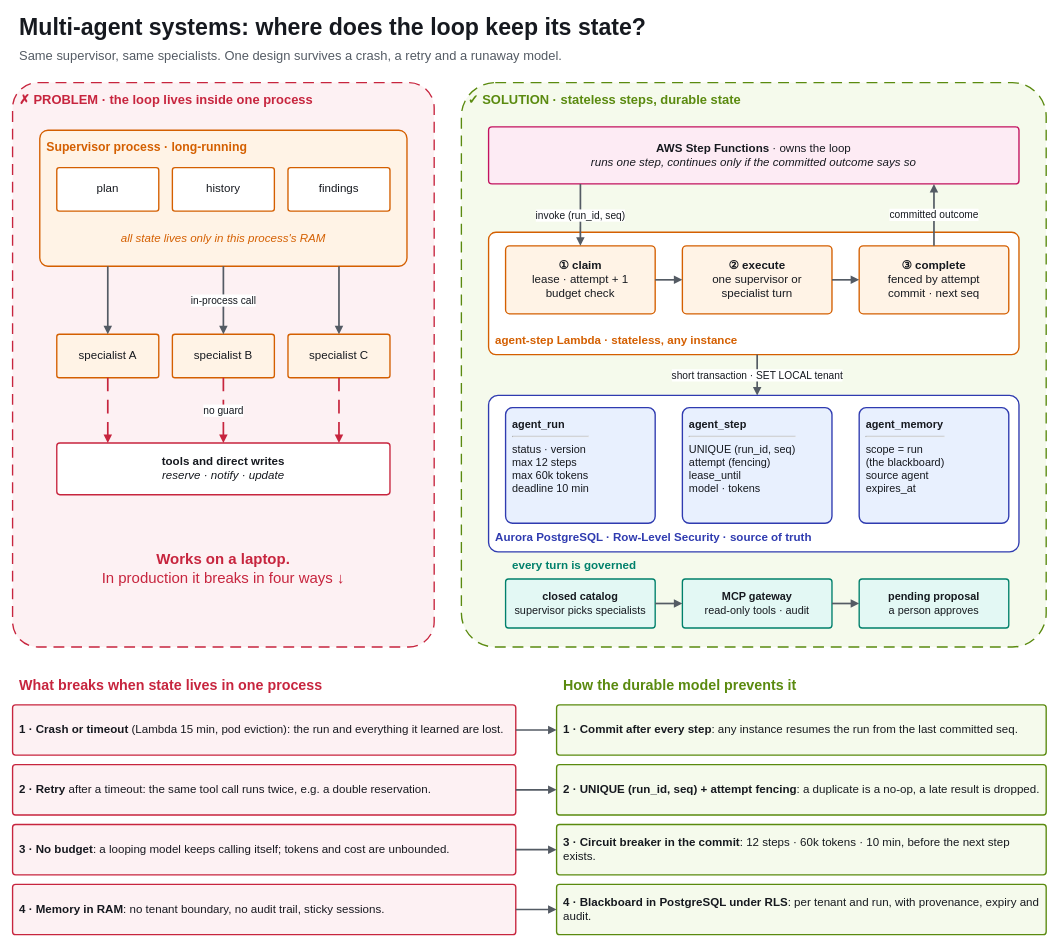
Earlier version of the draw.io diagram docs/diagrams/linkedin-multi-agent-state.drawio (PierfrancescoLijoi/SecondChance). Source tidied: cells renumbered, new cells numbered last; positions are measured from the earlier drawing's top-left corner, leaving out a move shared by most shapes. Both pictures are drawn from the tidied source at 68%, with x=0, y=0 at pixel (12, 12).
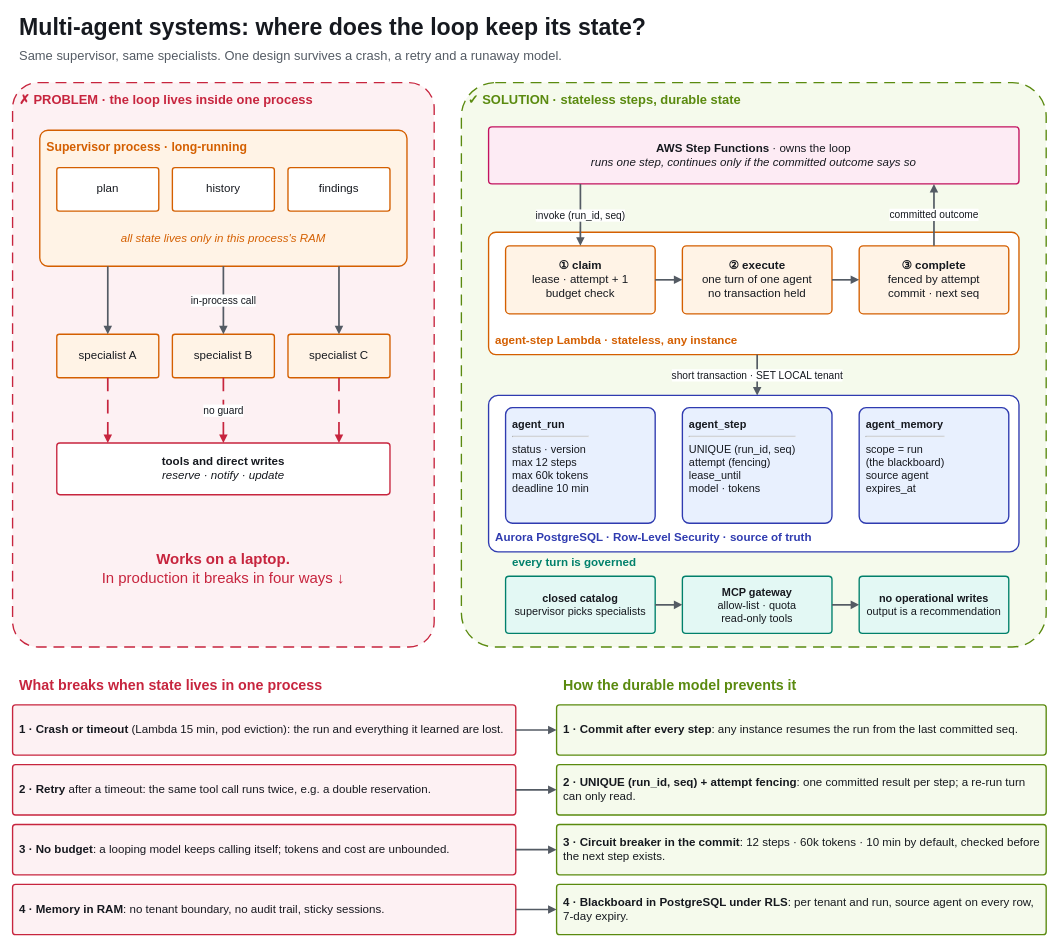
The same page after the edit.

Commit message (it also covers changes not shown here):
Make the multi-agent state post and diagram match the code

What changed in the source:
```diff
@@
-    <mxCell id="19" value="&lt;b&gt;② execute&lt;/b&gt;&lt;br&gt;one supervisor or&lt;br&gt;specialist turn" style="rounded=1;arcSize=6;strokeColor=#D45F00;fillColor=#FFF3E6;strokeWidth=2;html=1;whiteSpace=wrap;fontFamily=Helvetica;fontSize=17;fontColor=#16191F;fontStyle=0;align=center;verticalAlign=middle;spacing=10;" parent="1" vertex="1">
+    <mxCell id="19" value="&lt;b&gt;② execute&lt;/b&gt;&lt;br&gt;one turn of one agent&lt;br&gt;no transaction held" style="rounded=1;arcSize=6;strokeColor=#D45F00;fillColor=#FFF3E6;strokeWidth=2;html=1;whiteSpace=wrap;fontFamily=Helvetica;fontSize=17;fontColor=#16191F;fontStyle=0;align=center;verticalAlign=middle;spacing=10;" parent="1" vertex="1">
       <mxGeometry x="985" y="344" width="220" height="100" as="geometry" />
     </mxCell>
@@
     <mxCell id="25" value="every turn is governed" style="text;strokeColor=none;fillColor=none;html=1;whiteSpace=wrap;fontFamily=Helvetica;fontSize=17;fontColor=#00806B;fontStyle=1;align=left;verticalAlign=middle;spacing=10;" parent="1" vertex="1">
-      <mxGeometry x="725" y="800" width="740" height="30" as="geometry" />
+      <mxGeometry x="725" y="796" width="740" height="30" as="geometry" />
     </mxCell>
     <mxCell id="26" value="&lt;b&gt;closed catalog&lt;/b&gt;&lt;br&gt;supervisor picks specialists" style="rounded=1;arcSize=6;strokeColor=#00806B;fillColor=#E3F8F4;strokeWidth=2;html=1;whiteSpace=wrap;fontFamily=Helvetica;fontSize=16;fontColor=#16191F;fontStyle=0;align=center;verticalAlign=middle;spacing=10;" parent="1" vertex="1">
-      <mxGeometry x="725" y="834" width="220" height="72" as="geometry" />
+      <mxGeometry x="725" y="830" width="220" height="84" as="geometry" />
     </mxCell>
-    <mxCell id="27" value="&lt;b&gt;MCP gateway&lt;/b&gt;&lt;br&gt;read-only tools · audit" style="rounded=1;arcSize=6;strokeColor=#00806B;fillColor=#E3F8F4;strokeWidth=2;html=1;whiteSpace=wrap;fontFamily=Helvetica;fontSize=16;fontColor=#16191F;fontStyle=0;align=center;verticalAlign=middle;spacing=10;" parent="1" vertex="1">
-      <mxGeometry x="985" y="834" width="220" height="72" as="geometry" />
+    <mxCell id="27" value="&lt;b&gt;MCP gateway&lt;/b&gt;&lt;br&gt;allow-list · quota&lt;br&gt;read-only tools" style="rounded=1;arcSize=6;strokeColor=#00806B;fillColor=#E3F8F4;strokeWidth=2;html=1;whiteSpace=wrap;fontFamily=Helvetica;fontSize=16;fontColor=#16191F;fontStyle=0;align=center;verticalAlign=middle;spacing=10;" parent="1" vertex="1">
+      <mxGeometry x="985" y="830" width="220" height="84" as="geometry" />
     </mxCell>
-    <mxCell id="28" value="&lt;b&gt;pending proposal&lt;/b&gt;&lt;br&gt;a person approves" style="rounded=1;arcSize=6;strokeColor=#00806B;fillColor=#E3F8F4;strokeWidth=2;html=1;whiteSpace=wrap;fontFamily=Helvetica;fontSize=16;fontColor=#16191F;fontStyle=0;align=center;verticalAlign=middle;spacing=10;" parent="1" vertex="1">
-      <mxGeometry x="1245" y="834" width="220" height="72" as="geometry" />
+    <mxCell id="28" value="&lt;b&gt;no operational writes&lt;/b&gt;&lt;br&gt;output is a recommendation" style="rounded=1;arcSize=6;strokeColor=#00806B;fillColor=#E3F8F4;strokeWidth=2;html=1;whiteSpace=wrap;fontFamily=Helvetica;fontSize=16;fontColor=#16191F;fontStyle=0;align=center;verticalAlign=middle;spacing=10;" parent="1" vertex="1">
+      <mxGeometry x="1245" y="830" width="220" height="84" as="geometry" />
     </mxCell>
@@
-    <mxCell id="34" value="&lt;b&gt;2 · UNIQUE (run_id, seq) + attempt fencing&lt;/b&gt;: a duplicate is a no-op, a late result is dropped." style="rounded=1;arcSize=6;strokeColor=#5A8A0F;fillColor=#F5FAEC;strokeWidth=2;html=1;whiteSpace=wrap;fontFamily=Helvetica;fontSize=17;fontColor=#16191F;fontStyle=0;align=left;verticalAlign=middle;spacing=10;" parent="1" vertex="1">
+    <mxCell id="34" value="&lt;b&gt;2 · UNIQUE (run_id, seq) + attempt fencing&lt;/b&gt;: one committed result per step; a re-run turn can only read." style="rounded=1;arcSize=6;strokeColor=#5A8A0F;fillColor=#F5FAEC;strokeWidth=2;html=1;whiteSpace=wrap;fontFamily=Helvetica;fontSize=17;fontColor=#16191F;fontStyle=0;align=left;verticalAlign=middle;spacing=10;" parent="1" vertex="1">
       <mxGeometry x="800" y="1107" width="720" height="74" as="geometry" />
     </mxCell>
@@
-    <mxCell id="36" value="&lt;b&gt;3 · Circuit breaker in the commit&lt;/b&gt;: 12 steps · 60k tokens · 10 min, before the next step exists." style="rounded=1;arcSize=6;strokeColor=#5A8A0F;fillColor=#F5FAEC;strokeWidth=2;html=1;whiteSpace=wrap;fontFamily=Helvetica;fontSize=17;fontColor=#16191F;fontStyle=0;align=left;verticalAlign=middle;spacing=10;" parent="1" vertex="1">
+    <mxCell id="36" value="&lt;b&gt;3 · Circuit breaker in the commit&lt;/b&gt;: 12 steps · 60k tokens · 10 min by default, checked before the next step exists." style="rounded=1;arcSize=6;strokeColor=#5A8A0F;fillColor=#F5FAEC;strokeWidth=2;html=1;whiteSpace=wrap;fontFamily=Helvetica;fontSize=17;fontColor=#16191F;fontStyle=0;align=left;verticalAlign=middle;spacing=10;" parent="1" vertex="1">
       <mxGeometry x="800" y="1195" width="720" height="74" as="geometry" />
     </mxCell>
@@
-    <mxCell id="38" value="&lt;b&gt;4 · Blackboard in PostgreSQL under RLS&lt;/b&gt;: per tenant and run, with provenance, expiry and audit." style="rounded=1;arcSize=6;strokeColor=#5A8A0F;fillColor=#F5FAEC;strokeWidth=2;html=1;whiteSpace=wrap;fontFamily=Helvetica;fontSize=17;fontColor=#16191F;fontStyle=0;align=left;verticalAlign=middle;spacing=10;" parent="1" vertex="1">
+    <mxCell id="38" value="&lt;b&gt;4 · Blackboard in PostgreSQL under RLS&lt;/b&gt;: per tenant and run, source agent on every row, 7-day expiry." style="rounded=1;arcSize=6;strokeColor=#5A8A0F;fillColor=#F5FAEC;strokeWidth=2;html=1;whiteSpace=wrap;fontFamily=Helvetica;fontSize=17;fontColor=#16191F;fontStyle=0;align=left;verticalAlign=middle;spacing=10;" parent="1" vertex="1">
       <mxGeometry x="800" y="1283" width="720" height="74" as="geometry" />
     </mxCell>
```
